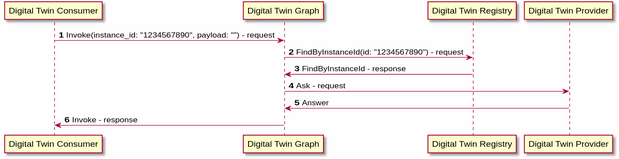
This is docs/design/modules/digital_twin_graph/diagrams/invoke_sequence.svg from eclipse-ibeji/ibeji, a PlantUML export, as it was before one commit.
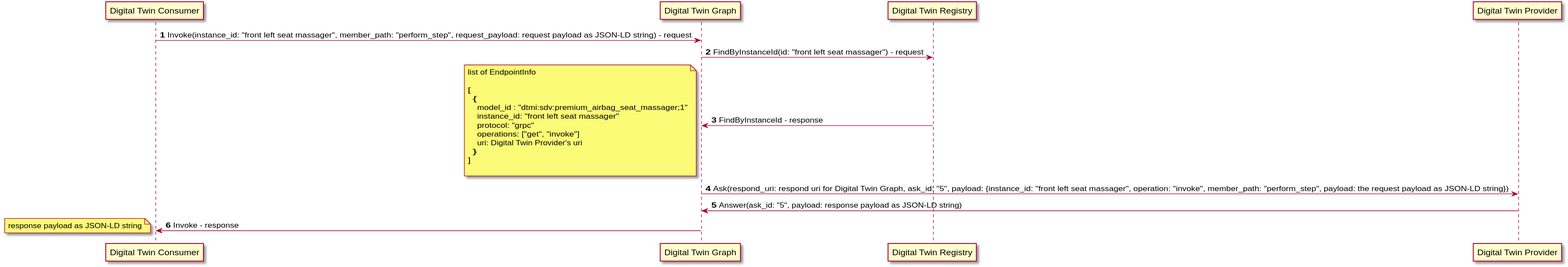
After the change.

Commit message:
Digital Twin Graph

Diff of the diagram source:
```diff
@@ -1,5 +1,4 @@
 @startuml
-skinparamlocked backgroundColor fefefe
 
 autonumber
 
@@ -8,14 +7,31 @@
 participant "Digital Twin Registry" as DIGITAL_TWIN_REGISTRY
 participant "Digital Twin Provider" as PROVIDER
 
-CONSUMER -> DIGITAL_TWIN_GRAPH: Invoke(instance_id: "1234567890", payload: "") - request
+CONSUMER -> DIGITAL_TWIN_GRAPH: Invoke(instance_id: "front left seat massager", member_path: "perform_step", request_payload: request payload as JSON-LD string) - request
 
-DIGITAL_TWIN_GRAPH -> DIGITAL_TWIN_REGISTRY: FindByInstanceId(id: "1234567890") - request
+DIGITAL_TWIN_GRAPH -> DIGITAL_TWIN_REGISTRY: FindByInstanceId(id: "front left seat massager") - request
 DIGITAL_TWIN_GRAPH <- DIGITAL_TWIN_REGISTRY: FindByInstanceId - response
+note left
+  list of EndpointInfo
 
-DIGITAL_TWIN_GRAPH -> PROVIDER: Ask - request
-DIGITAL_TWIN_GRAPH <- PROVIDER: Answer
+  [
+    {
+      model_id : "dtmi:sdv:premium_airbag_seat_massager;1"
+      instance_id: "front left seat massager"
+      protocol: "grpc"
+      operations: ["get", "invoke"]
+      uri: Digital Twin Provider's uri
+    }
+  ]
+
+end note
+
+DIGITAL_TWIN_GRAPH -> PROVIDER: Ask(respond_uri: respond uri for Digital Twin Graph, ask_id: "5", payload: {instance_id: "front left seat massager", operation: "invoke", member_path: "perform_step", payload: the request payload as JSON-LD string})
+DIGITAL_TWIN_GRAPH <- PROVIDER: Answer(ask_id: "5", payload: response payload as JSON-LD string)
 
 CONSUMER <- DIGITAL_TWIN_GRAPH: Invoke - response
+note left
+  response payload as JSON-LD string
+end note
 
 @enduml
```
